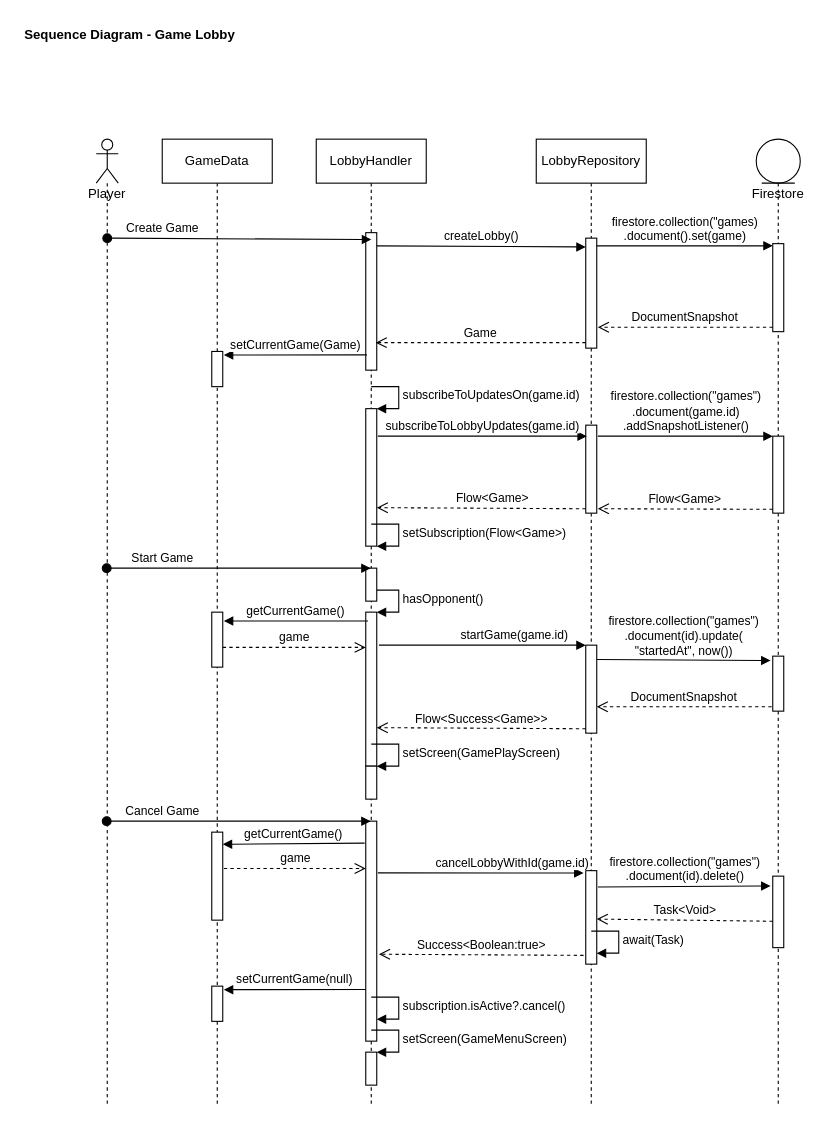
Before: page "Create Game" (1 of 2) of beardblaster_lobby_sequence.drawio in gullskatten/BPMN-models, a draw.io diagram. Source tidied: cells renumbered, new cells numbered last; positions are measured from the earlier drawing's top-left corner, leaving out a move shared by most shapes. Both pictures are drawn from the tidied source at 110%, with x=0, y=0 at pixel (19, 19).
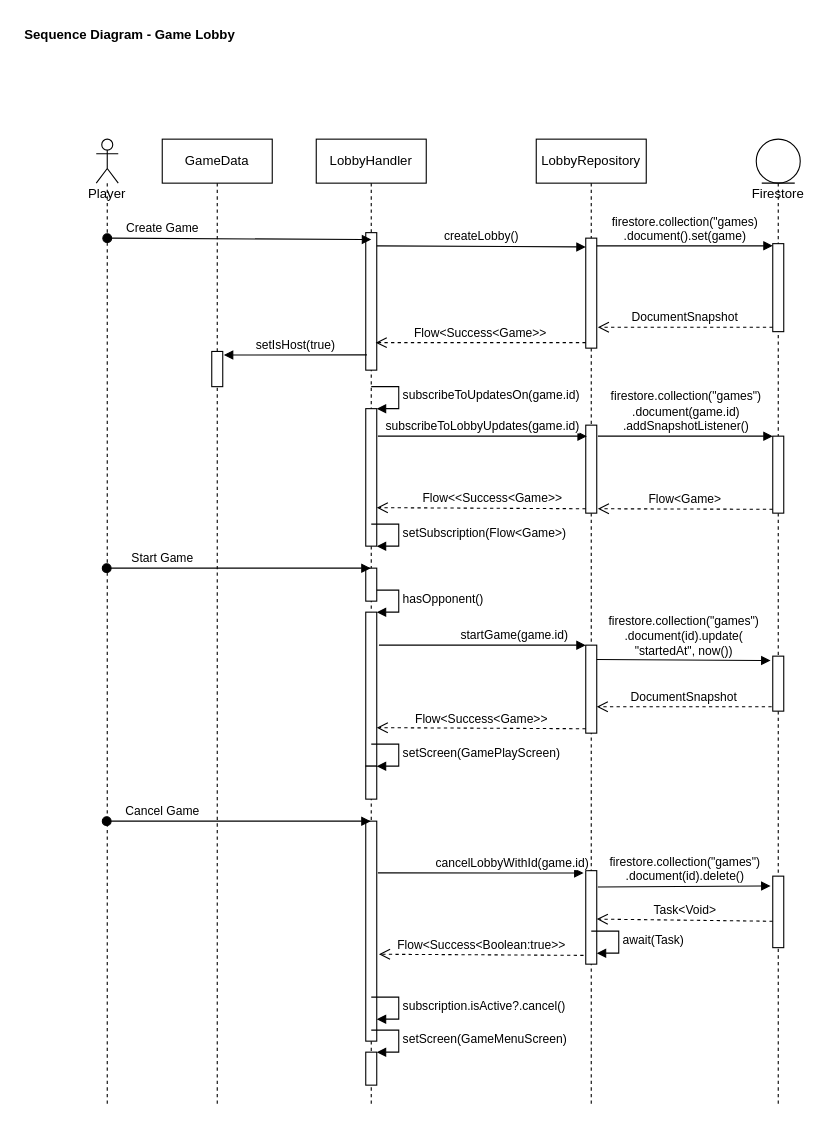
The same page after the edit.

The change refers to these unchanged cells:
```xml
<mxCell id="4" style="html=1;points=[];perimeter=orthogonalPerimeter;strokeWidth=1;" parent="3" vertex="1">
  <mxGeometry x="45" y="85" width="10" height="125" as="geometry" />
</mxCell>
<mxCell id="5" style="html=1;points=[];perimeter=orthogonalPerimeter;strokeWidth=1;" parent="3" vertex="1">
  <mxGeometry x="45" y="430" width="10" height="140" as="geometry" />
</mxCell>
<mxCell id="10" style="html=1;points=[];perimeter=orthogonalPerimeter;strokeWidth=1;" parent="3" vertex="1">
  <mxGeometry x="45" y="245" width="10" height="125" as="geometry" />
</mxCell>
<mxCell id="13" style="html=1;points=[];perimeter=orthogonalPerimeter;strokeWidth=1;" parent="3" vertex="1">
  <mxGeometry x="45" y="620" width="10" height="200" as="geometry" />
</mxCell>
<mxCell id="17" style="html=1;points=[];perimeter=orthogonalPerimeter;strokeWidth=1;" parent="16" vertex="1">
  <mxGeometry x="45" y="90" width="10" height="100" as="geometry" />
</mxCell>
<mxCell id="19" style="html=1;points=[];perimeter=orthogonalPerimeter;strokeWidth=1;" parent="16" vertex="1">
  <mxGeometry x="45" y="260" width="10" height="80" as="geometry" />
</mxCell>
<mxCell id="20" style="html=1;points=[];perimeter=orthogonalPerimeter;strokeWidth=1;" parent="16" vertex="1">
  <mxGeometry x="45" y="665" width="10" height="85" as="geometry" />
</mxCell>
<mxCell id="38" value="GameData" style="shape=umlLifeline;perimeter=lifelinePerimeter;whiteSpace=wrap;html=1;strokeWidth=1;" parent="1" vertex="1">
  <mxGeometry x="130" y="109" width="100" height="880" as="geometry" />
</mxCell>
<mxCell id="39" style="html=1;points=[];perimeter=orthogonalPerimeter;strokeWidth=1;" parent="38" vertex="1">
  <mxGeometry x="45" y="193" width="10" height="32" as="geometry" />
</mxCell>
```

Diff of the diagram source:
```diff
@@
-    <mxCell id="26" value="Game" style="html=1;verticalAlign=bottom;endArrow=open;dashed=1;endSize=8;exitX=0;exitY=0.95;entryX=0.9;entryY=0.8;entryDx=0;entryDy=0;entryPerimeter=0;" parent="1" edge="1" source="17" target="4">
+    <mxCell id="26" value="Flow&amp;lt;Success&amp;lt;Game&amp;gt;&amp;gt;" style="html=1;verticalAlign=bottom;endArrow=open;dashed=1;endSize=8;exitX=0;exitY=0.95;entryX=0.9;entryY=0.8;entryDx=0;entryDy=0;entryPerimeter=0;" parent="1" edge="1" source="17" target="4">
       <mxGeometry relative="1" as="geometry" />
     </mxCell>
@@
-    <mxCell id="40" style="html=1;points=[];perimeter=orthogonalPerimeter;strokeWidth=1;" parent="38" vertex="1">
-      <mxGeometry x="45" y="430" width="10" height="50" as="geometry" />
-    </mxCell>
-    <mxCell id="41" style="html=1;points=[];perimeter=orthogonalPerimeter;strokeWidth=1;" parent="38" vertex="1">
-      <mxGeometry x="45" y="770" width="10" height="32" as="geometry" />
-    </mxCell>
-    <mxCell id="42" style="html=1;points=[];perimeter=orthogonalPerimeter;strokeWidth=1;" parent="38" vertex="1">
-      <mxGeometry x="45" y="630" width="10" height="80" as="geometry" />
-    </mxCell>
-    <mxCell id="43" value="setCurrentGame(Game)" style="html=1;verticalAlign=bottom;endArrow=block;exitX=0.1;exitY=0.889;exitDx=0;exitDy=0;exitPerimeter=0;entryX=1.1;entryY=0.1;entryDx=0;entryDy=0;entryPerimeter=0;" parent="1" edge="1" source="4" target="39">
+    <mxCell id="43" value="setIsHost(true)" style="html=1;verticalAlign=bottom;endArrow=block;exitX=0.1;exitY=0.889;exitDx=0;exitDy=0;exitPerimeter=0;entryX=1.1;entryY=0.1;entryDx=0;entryDy=0;entryPerimeter=0;" parent="1" edge="1" source="4" target="39">
       <mxGeometry relative="1" as="geometry" />
     </mxCell>
-    <mxCell id="44" value="getCurrentGame()" style="html=1;verticalAlign=bottom;endArrow=block;entryX=1.1;entryY=0.16;entryDx=0;entryDy=0;entryPerimeter=0;exitX=0.2;exitY=0.057;exitDx=0;exitDy=0;exitPerimeter=0;" parent="1" edge="1" source="5" target="40">
-      <mxGeometry relative="1" as="geometry" />
-    </mxCell>
-    <mxCell id="45" value="game" style="html=1;verticalAlign=bottom;endArrow=open;dashed=1;endSize=8;exitX=1;exitY=0.64;exitDx=0;exitDy=0;exitPerimeter=0;entryX=0;entryY=0.229;entryDx=0;entryDy=0;entryPerimeter=0;" parent="1" edge="1" source="40" target="5">
-      <mxGeometry relative="1" as="geometry" />
-    </mxCell>
@@
-    <mxCell id="47" value="Flow&amp;lt;Game&amp;gt;" style="html=1;verticalAlign=bottom;endArrow=open;dashed=1;endSize=8;exitX=0;exitY=0.95;entryX=1;entryY=0.72;entryDx=0;entryDy=0;entryPerimeter=0;" parent="1" edge="1" source="19" target="10">
+    <mxCell id="47" value="Flow&amp;lt;&amp;lt;Success&amp;lt;Game&amp;gt;&amp;gt;" style="html=1;verticalAlign=bottom;endArrow=open;dashed=1;endSize=8;exitX=0;exitY=0.95;entryX=1;entryY=0.72;entryDx=0;entryDy=0;entryPerimeter=0;" parent="1" edge="1" source="19" target="10">
       <mxGeometry x="-0.11" y="-1" relative="1" as="geometry" />
     </mxCell>
@@
-    <mxCell id="50" value="setCurrentGame(null)" style="html=1;verticalAlign=bottom;endArrow=block;exitX=0;exitY=0.765;exitDx=0;exitDy=0;exitPerimeter=0;entryX=1.1;entryY=0.1;entryDx=0;entryDy=0;entryPerimeter=0;" parent="1" edge="1" source="13" target="41">
-      <mxGeometry relative="1" as="geometry" />
-    </mxCell>
@@
-    <mxCell id="52" value="getCurrentGame()" style="html=1;verticalAlign=bottom;endArrow=block;entryX=1;entryY=0.138;entryDx=0;entryDy=0;entryPerimeter=0;exitX=-0.1;exitY=0.1;exitDx=0;exitDy=0;exitPerimeter=0;" parent="1" edge="1" source="13" target="42">
-      <mxGeometry relative="1" as="geometry" />
-    </mxCell>
-    <mxCell id="53" value="game" style="html=1;verticalAlign=bottom;endArrow=open;dashed=1;endSize=8;exitX=1.1;exitY=0.413;exitDx=0;exitDy=0;exitPerimeter=0;entryX=0;entryY=0.215;entryDx=0;entryDy=0;entryPerimeter=0;" parent="1" edge="1" source="42" target="13">
-      <mxGeometry relative="1" as="geometry" />
-    </mxCell>
@@
-    <mxCell id="56" value="Success&amp;lt;Boolean:true&amp;gt;" style="html=1;verticalAlign=bottom;endArrow=open;dashed=1;endSize=8;entryX=1.2;entryY=0.605;entryDx=0;entryDy=0;entryPerimeter=0;exitX=-0.2;exitY=0.906;exitDx=0;exitDy=0;exitPerimeter=0;" parent="1" edge="1" source="20" target="13">
+    <mxCell id="56" value="Flow&amp;lt;Success&amp;lt;Boolean:true&amp;gt;&amp;gt;" style="html=1;verticalAlign=bottom;endArrow=open;dashed=1;endSize=8;entryX=1.2;entryY=0.605;entryDx=0;entryDy=0;entryPerimeter=0;exitX=-0.2;exitY=0.906;exitDx=0;exitDy=0;exitPerimeter=0;" parent="1" edge="1" source="20" target="13">
       <mxGeometry relative="1" as="geometry" />
     </mxCell>
```
